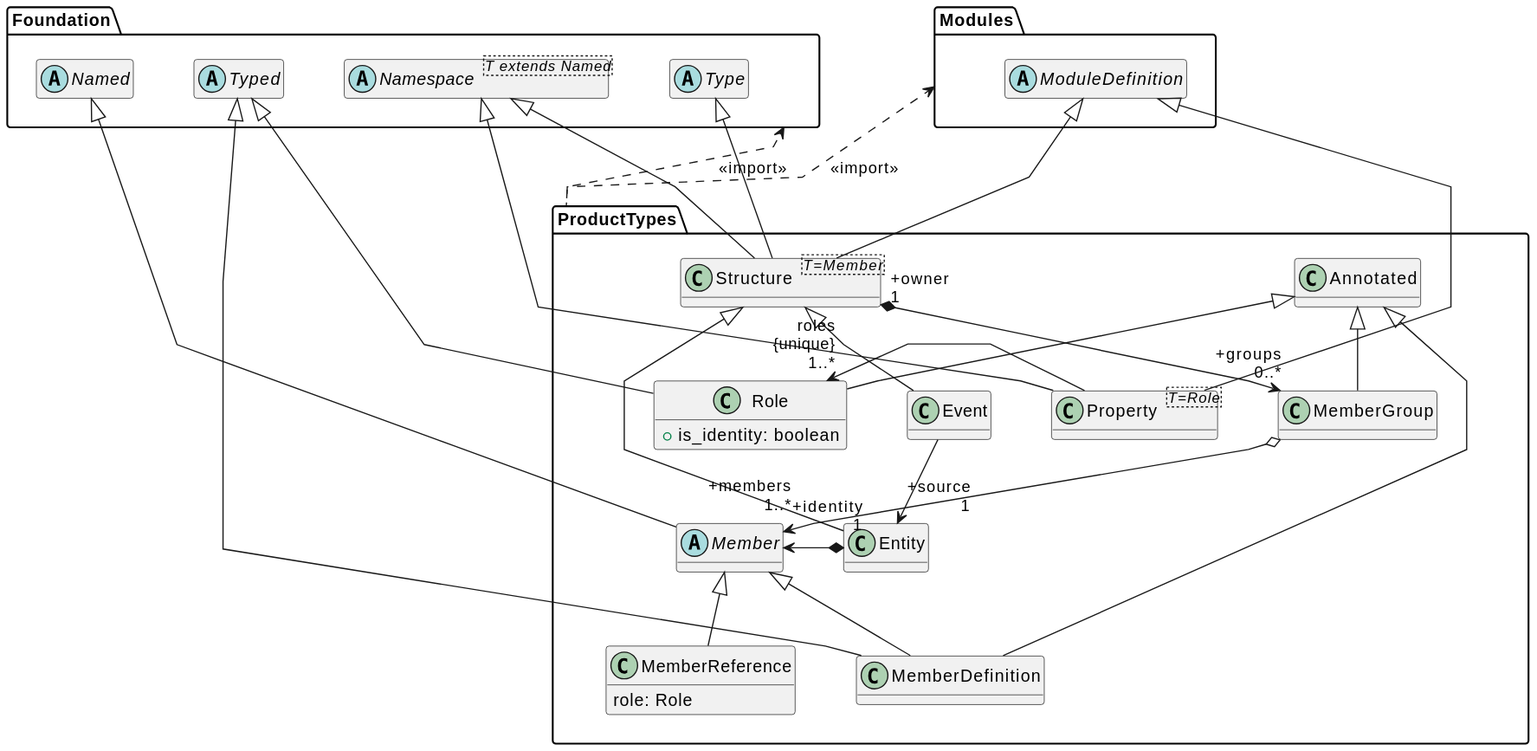
Earlier version of the PlantUML export docs/metamodel-product-types.svg (sdm-lang/sdml-io).
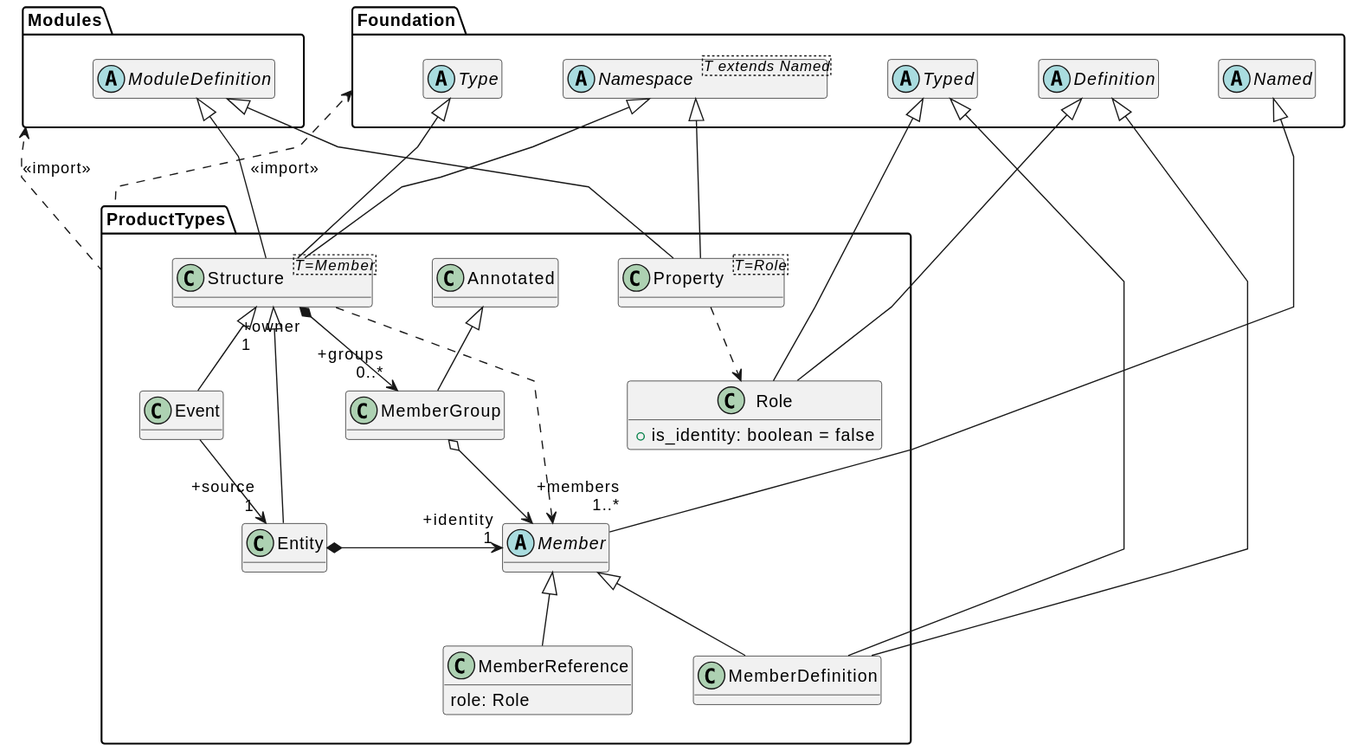
The same file after the commit.

Diff of the diagram source:
```diff
@@ -6,27 +6,29 @@
 
 package Foundation {
     hide members
-    abstract class Named {}
+    abstract class Definition
+    abstract class Named
     abstract class "Namespace<T extends Named>" as g_Namespace {}
-    abstract class Type {}
-    abstract class Typed {}
+    abstract class Type
+    abstract class Typed
 }
 
 package Modules {
     hide members
-    abstract class ModuleDefinition {}
+    abstract class ModuleDefinition
 }
 
 package ProductTypes {
-    class Entity {}
+    class Entity
     class Event {}
-    class "Structure<T=Member>" as g_Structure {}
-    class MemberGroup {}
-    abstract class Member {}
+    class "Structure<T=Member>" as g_Structure
+    abstract class Member
+    class MemberGroup
 
     g_Structure -up-|> Type
     g_Structure -up-|> ModuleDefinition
     g_Structure -up-|> g_Namespace
+    g_Structure ..> Member
     g_Structure "+owner\l1" *--> "+groups\r0..*" MemberGroup
 
     Entity -up-|> g_Structure
@@ -35,32 +37,30 @@
     Event -up-|> g_Structure
     Event --> "+source\r1" Entity
 
+    Member -up-|> Named
     MemberGroup -up-|> Annotated
     MemberGroup o--> "+members\r1..*" Member
 
+    class MemberDefinition {}
+    MemberDefinition -up-|> Definition
+    MemberDefinition -up-|> Member
+    MemberDefinition -up-|> Typed
 
-      class "Property<T=Role>" as g_Property {}
+    class "Property<T=Role>" as g_Property
     class Role {
-        +is_identity: boolean
+        +is_identity: boolean = false
     }
 
     g_Property -up-|> ModuleDefinition
     g_Property -up-|> g_Namespace
-    g_Property ---right--> "roles\r{unique}\r1..*" Role
-    Role -up-|> Annotated
+    g_Property ..> Role
+    Role -up-|> Definition
     Role -up-|> Typed
-
-    Member -up-|> Named
-
-    class MemberDefinition {}
-    MemberDefinition -up-|> Annotated
-    MemberDefinition -up-|> Member
-    MemberDefinition -up-|> Typed
 
     class MemberReference {
         role: Role
     }
-    MemberReference-up-|> Member
+    MemberReference -up-|> Member
 
 }
 
```
